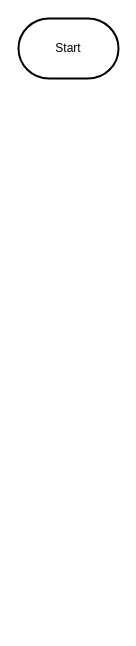
Earlier version of the draw.io diagram Flowchart.drawio (Peter-Gemmell/ICS3U-Unit2-04-Python). Source tidied: cells renumbered, new cells numbered last; positions are measured from the earlier drawing's top-left corner, leaving out a move shared by most shapes. Both pictures are drawn from the tidied source at 100%, with x=0, y=0 at pixel (18, 18).
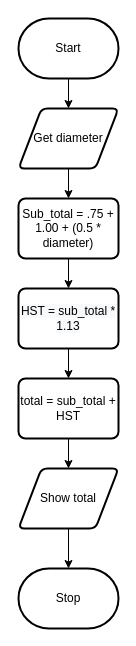
Above is the later version.

Change to the diagram source:
```diff
@@
 <mxGraphModel>
   <root>
     <mxCell id="0" />
     <mxCell id="1" parent="0" />
+    <mxCell id="3" style="edgeStyle=none;html=1;" parent="1" edge="1" source="2" target="5">
+      <mxGeometry relative="1" as="geometry" />
+    </mxCell>
     <mxCell id="2" value="Start" style="strokeWidth=2;html=1;shape=mxgraph.flowchart.terminator;whiteSpace=wrap;" parent="1" vertex="1">
       <mxGeometry width="100" height="60" as="geometry" />
     </mxCell>
+    <mxCell id="4" style="edgeStyle=none;html=1;" parent="1" edge="1" source="5" target="7">
+      <mxGeometry relative="1" as="geometry" />
+    </mxCell>
+    <mxCell id="5" value="Get diameter" style="shape=parallelogram;html=1;strokeWidth=2;perimeter=parallelogramPerimeter;whiteSpace=wrap;rounded=1;arcSize=12;size=0.23;" parent="1" vertex="1">
+      <mxGeometry y="90" width="100" height="60" as="geometry" />
+    </mxCell>
+    <mxCell id="6" style="edgeStyle=none;html=1;" parent="1" edge="1" source="7" target="9">
+      <mxGeometry relative="1" as="geometry" />
+    </mxCell>
+    <mxCell id="7" value="&lt;span&gt;Sub_total = .75 + 1.00 + (0.5 * diameter)&lt;/span&gt;" style="rounded=1;whiteSpace=wrap;html=1;absoluteArcSize=1;arcSize=14;strokeWidth=2;" parent="1" vertex="1">
+      <mxGeometry y="180" width="100" height="60" as="geometry" />
+    </mxCell>
+    <mxCell id="8" style="edgeStyle=none;html=1;" parent="1" edge="1" source="9" target="11">
+      <mxGeometry relative="1" as="geometry" />
+    </mxCell>
+    <mxCell id="9" value="&#10;&#10;&lt;span style=&quot;color: rgb(0, 0, 0); font-family: helvetica; font-size: 12px; font-style: normal; font-weight: 400; letter-spacing: normal; text-align: center; text-indent: 0px; text-transform: none; word-spacing: 0px; background-color: rgb(248, 249, 250); display: inline; float: none;&quot;&gt;HST = sub_total * 1.13&lt;/span&gt;&#10;&#10;" style="rounded=1;whiteSpace=wrap;html=1;absoluteArcSize=1;arcSize=14;strokeWidth=2;" parent="1" vertex="1">
+      <mxGeometry y="270" width="100" height="60" as="geometry" />
+    </mxCell>
+    <mxCell id="10" style="edgeStyle=none;html=1;" parent="1" edge="1" source="11" target="13">
+      <mxGeometry relative="1" as="geometry" />
+    </mxCell>
+    <mxCell id="11" value="&lt;span&gt;total = sub_total + HST&lt;/span&gt;" style="rounded=1;whiteSpace=wrap;html=1;absoluteArcSize=1;arcSize=14;strokeWidth=2;" parent="1" vertex="1">
+      <mxGeometry y="360" width="100" height="60" as="geometry" />
+    </mxCell>
+    <mxCell id="12" style="edgeStyle=none;html=1;" parent="1" edge="1" source="13" target="14">
+      <mxGeometry relative="1" as="geometry" />
+    </mxCell>
+    <mxCell id="13" value="Show total" style="shape=parallelogram;html=1;strokeWidth=2;perimeter=parallelogramPerimeter;whiteSpace=wrap;rounded=1;arcSize=12;size=0.23;" parent="1" vertex="1">
+      <mxGeometry y="450" width="100" height="60" as="geometry" />
+    </mxCell>
+    <mxCell id="14" value="Stop" style="strokeWidth=2;html=1;shape=mxgraph.flowchart.terminator;whiteSpace=wrap;" parent="1" vertex="1">
+      <mxGeometry y="550" width="100" height="60" as="geometry" />
+    </mxCell>
   </root>
 </mxGraphModel>
```
